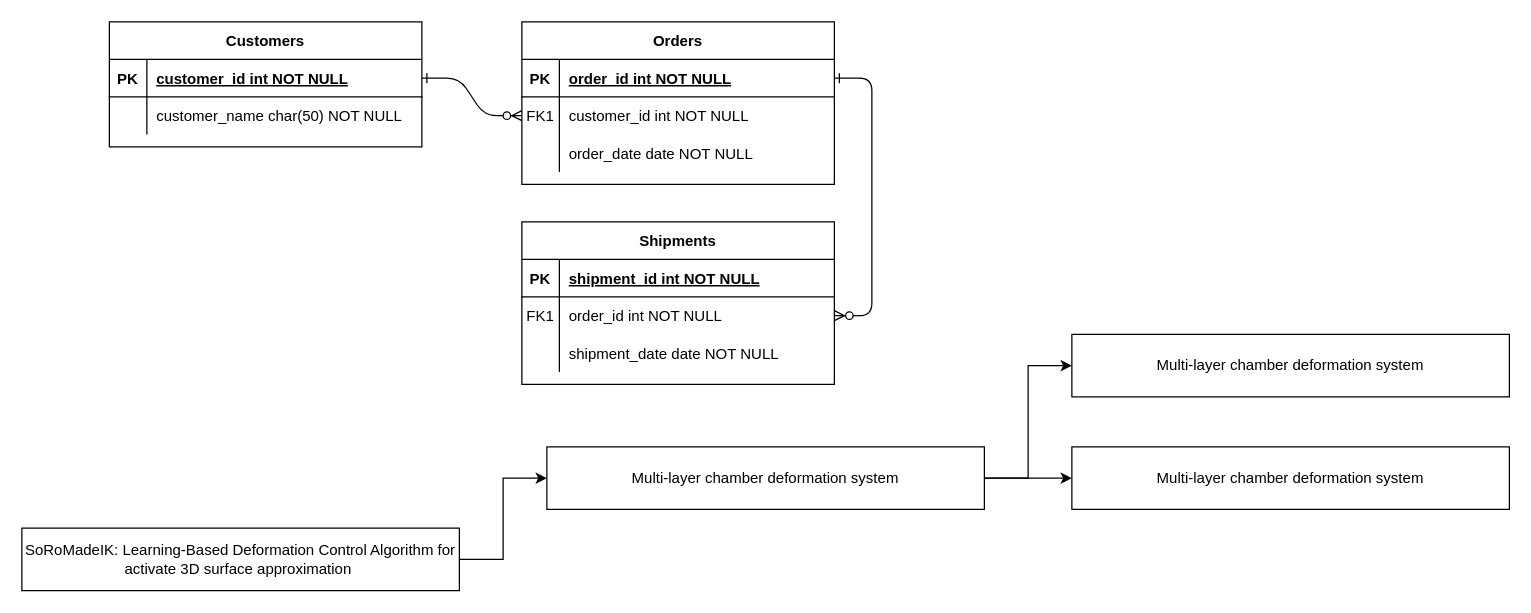
Earlier version of the draw.io diagram Untitled Diagram.drawio (YingGwan/TyporaUploadImg). Source tidied: cells renumbered, new cells numbered last; positions are measured from the earlier drawing's top-left corner, leaving out a move shared by most shapes. Both pictures are drawn from the tidied source at 125%, with x=0, y=0 at pixel (21, 21).
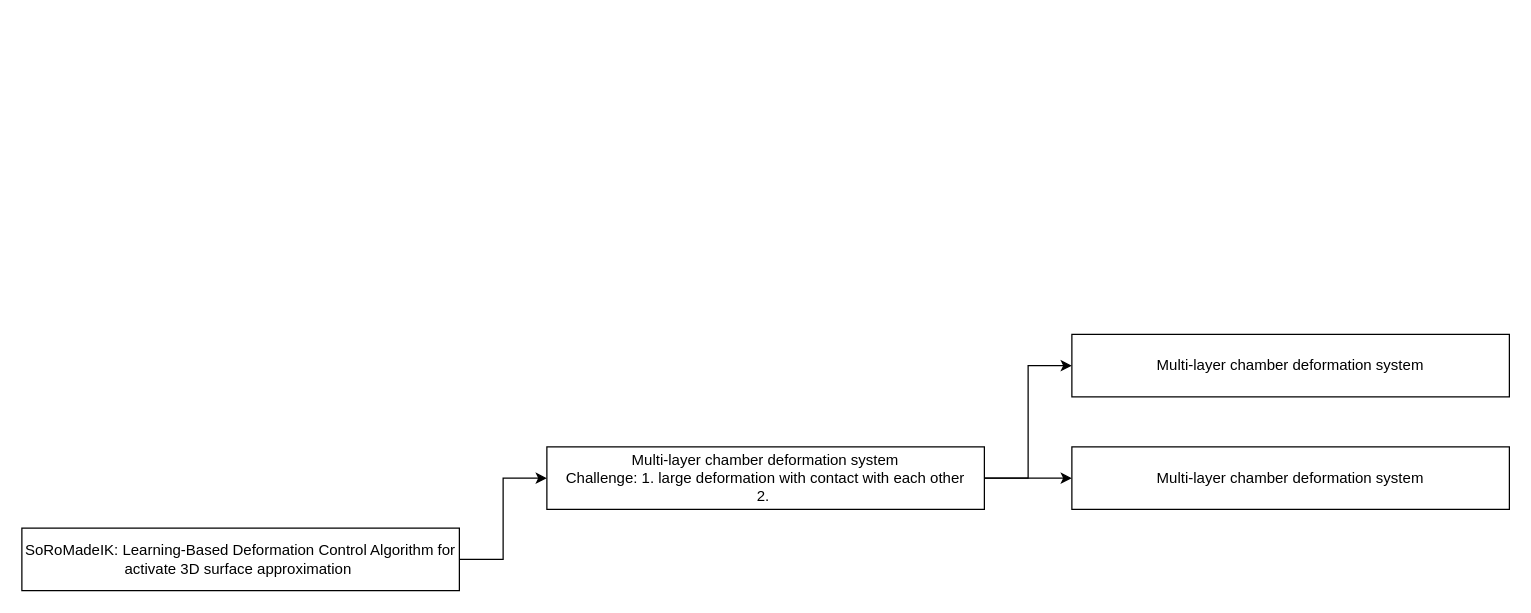
The same diagram, later.

Change to the diagram source:
```diff
@@
-    <mxCell id="2" style="edgeStyle=entityRelationEdgeStyle;endArrow=ERzeroToMany;startArrow=ERone;endFill=1;startFill=0;" parent="1" edge="1" source="25" target="8">
-      <mxGeometry relative="1" as="geometry" />
-    </mxCell>
-    <mxCell id="3" style="edgeStyle=entityRelationEdgeStyle;endArrow=ERzeroToMany;startArrow=ERone;endFill=1;startFill=0;" parent="1" edge="1" source="5" target="18">
-      <mxGeometry relative="1" as="geometry" />
-    </mxCell>
-    <mxCell id="4" value="Orders" style="shape=table;startSize=30;childLayout=tableLayout;rowLines=0;fontStyle=1;align=center;" parent="1" vertex="1">
-      <mxGeometry x="400" width="250" height="130" as="geometry" />
-    </mxCell>
-    <mxCell id="5" style="shape=partialRectangle;fillColor=none;points=[[0,0.5],[1,0.5]];portConstraint=eastwest;top=0;left=0;right=0;bottom=1;" parent="4" vertex="1">
-      <mxGeometry y="30" width="250" height="30" as="geometry" />
-    </mxCell>
-    <mxCell id="6" value="PK" style="shape=partialRectangle;overflow=hidden;fillColor=none;top=0;left=0;bottom=0;right=0;fontStyle=1;" parent="5" vertex="1">
-      <mxGeometry width="30" height="30" as="geometry" />
-    </mxCell>
-    <mxCell id="7" value="order_id int NOT NULL " style="shape=partialRectangle;overflow=hidden;fillColor=none;top=0;left=0;bottom=0;right=0;align=left;spacingLeft=6;fontStyle=5;" parent="5" vertex="1">
-      <mxGeometry x="30" width="220" height="30" as="geometry" />
-    </mxCell>
-    <mxCell id="8" style="shape=partialRectangle;fillColor=none;points=[[0,0.5],[1,0.5]];portConstraint=eastwest;top=0;left=0;right=0;bottom=0;" parent="4" vertex="1">
-      <mxGeometry y="60" width="250" height="30" as="geometry" />
-    </mxCell>
-    <mxCell id="9" value="FK1" style="shape=partialRectangle;overflow=hidden;fillColor=none;top=0;left=0;bottom=0;right=0;" parent="8" vertex="1">
-      <mxGeometry width="30" height="30" as="geometry" />
-    </mxCell>
-    <mxCell id="10" value="customer_id int NOT NULL" style="shape=partialRectangle;overflow=hidden;fillColor=none;top=0;left=0;bottom=0;right=0;align=left;spacingLeft=6;" parent="8" vertex="1">
-      <mxGeometry x="30" width="220" height="30" as="geometry" />
-    </mxCell>
-    <mxCell id="11" style="shape=partialRectangle;fillColor=none;top=0;left=0;right=0;bottom=0;" parent="4" vertex="1">
-      <mxGeometry y="90" width="250" height="30" as="geometry" />
-    </mxCell>
-    <mxCell id="12" style="shape=partialRectangle;overflow=hidden;fillColor=none;top=0;left=0;bottom=0;right=0;" parent="11" vertex="1">
-      <mxGeometry width="30" height="30" as="geometry" />
-    </mxCell>
-    <mxCell id="13" value="order_date date NOT NULL" style="shape=partialRectangle;overflow=hidden;fillColor=none;top=0;left=0;bottom=0;right=0;align=left;spacingLeft=6;" parent="11" vertex="1">
-      <mxGeometry x="30" width="220" height="30" as="geometry" />
-    </mxCell>
-    <mxCell id="14" value="Shipments" style="shape=table;startSize=30;childLayout=tableLayout;rowLines=0;fontStyle=1;align=center;" parent="1" vertex="1">
-      <mxGeometry x="400" y="160" width="250" height="130" as="geometry" />
-    </mxCell>
-    <mxCell id="15" style="shape=partialRectangle;fillColor=none;top=0;left=0;right=0;bottom=1;" parent="14" vertex="1">
-      <mxGeometry y="30" width="250" height="30" as="geometry" />
-    </mxCell>
-    <mxCell id="16" value="PK" style="shape=partialRectangle;overflow=hidden;fillColor=none;top=0;left=0;bottom=0;right=0;fontStyle=1;" parent="15" vertex="1">
-      <mxGeometry width="30" height="30" as="geometry" />
-    </mxCell>
-    <mxCell id="17" value="shipment_id int NOT NULL " style="shape=partialRectangle;overflow=hidden;fillColor=none;top=0;left=0;bottom=0;right=0;align=left;spacingLeft=6;fontStyle=5;" parent="15" vertex="1">
-      <mxGeometry x="30" width="220" height="30" as="geometry" />
-    </mxCell>
-    <mxCell id="18" style="shape=partialRectangle;fillColor=none;points=[[0,0.5],[1,0.5]];portConstraint=eastwest;top=0;left=0;right=0;bottom=0;" parent="14" vertex="1">
-      <mxGeometry y="60" width="250" height="30" as="geometry" />
-    </mxCell>
-    <mxCell id="19" value="FK1" style="shape=partialRectangle;overflow=hidden;fillColor=none;top=0;left=0;bottom=0;right=0;" parent="18" vertex="1">
-      <mxGeometry width="30" height="30" as="geometry" />
-    </mxCell>
-    <mxCell id="20" value="order_id int NOT NULL" style="shape=partialRectangle;overflow=hidden;fillColor=none;top=0;left=0;bottom=0;right=0;align=left;spacingLeft=6;" parent="18" vertex="1">
-      <mxGeometry x="30" width="220" height="30" as="geometry" />
-    </mxCell>
-    <mxCell id="21" style="shape=partialRectangle;fillColor=none;top=0;left=0;right=0;bottom=0;" parent="14" vertex="1">
-      <mxGeometry y="90" width="250" height="30" as="geometry" />
-    </mxCell>
-    <mxCell id="22" style="shape=partialRectangle;overflow=hidden;fillColor=none;top=0;left=0;bottom=0;right=0;" parent="21" vertex="1">
-      <mxGeometry width="30" height="30" as="geometry" />
-    </mxCell>
-    <mxCell id="23" value="shipment_date date NOT NULL" style="shape=partialRectangle;overflow=hidden;fillColor=none;top=0;left=0;bottom=0;right=0;align=left;spacingLeft=6;" parent="21" vertex="1">
-      <mxGeometry x="30" width="220" height="30" as="geometry" />
-    </mxCell>
-    <mxCell id="24" value="Customers" style="shape=table;startSize=30;childLayout=tableLayout;rowLines=0;fontStyle=1;align=center;" parent="1" vertex="1">
-      <mxGeometry x="70" width="250" height="100" as="geometry" />
-    </mxCell>
-    <mxCell id="25" style="shape=partialRectangle;fillColor=none;points=[[0,0.5],[1,0.5]];portConstraint=eastwest;top=0;left=0;right=0;bottom=1;" parent="24" vertex="1">
-      <mxGeometry y="30" width="250" height="30" as="geometry" />
-    </mxCell>
-    <mxCell id="26" value="PK" style="shape=partialRectangle;overflow=hidden;fillColor=none;top=0;left=0;bottom=0;right=0;fontStyle=1;" parent="25" vertex="1">
-      <mxGeometry width="30" height="30" as="geometry" />
-    </mxCell>
-    <mxCell id="27" value="customer_id int NOT NULL " style="shape=partialRectangle;overflow=hidden;fillColor=none;top=0;left=0;bottom=0;right=0;align=left;spacingLeft=6;fontStyle=5;" parent="25" vertex="1">
-      <mxGeometry x="30" width="220" height="30" as="geometry" />
-    </mxCell>
-    <mxCell id="28" style="shape=partialRectangle;fillColor=none;top=0;left=0;right=0;bottom=0;" parent="24" vertex="1">
-      <mxGeometry y="60" width="250" height="30" as="geometry" />
-    </mxCell>
-    <mxCell id="29" style="shape=partialRectangle;overflow=hidden;fillColor=none;top=0;left=0;bottom=0;right=0;" parent="28" vertex="1">
-      <mxGeometry width="30" height="30" as="geometry" />
-    </mxCell>
-    <mxCell id="30" value="customer_name char(50) NOT NULL" style="shape=partialRectangle;overflow=hidden;fillColor=none;top=0;left=0;bottom=0;right=0;align=left;spacingLeft=6;" parent="28" vertex="1">
-      <mxGeometry x="30" width="220" height="30" as="geometry" />
-    </mxCell>
@@
-    <mxCell id="35" value="Multi-layer chamber deformation system" style="rounded=0;whiteSpace=wrap;html=1;" parent="1" vertex="1">
+    <mxCell id="35" value="Multi-layer chamber deformation system&lt;br&gt;Challenge: 1. large deformation with contact with each other&lt;br&gt;2.&amp;nbsp;" style="rounded=0;whiteSpace=wrap;html=1;" parent="1" vertex="1">
       <mxGeometry x="420" y="340" width="350" height="50" as="geometry" />
     </mxCell>
```
